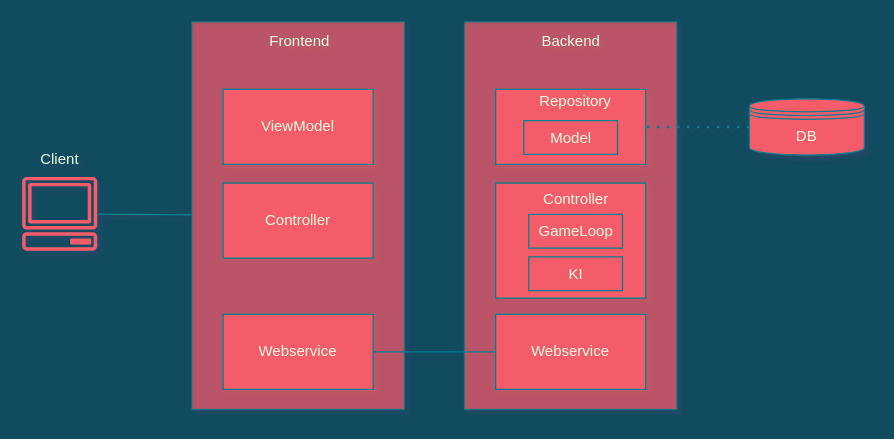
Earlier version of the draw.io diagram doc/img/M1_Architektur.drawio (Level8Broccoli/rush-b). Source tidied: cells renumbered, new cells numbered last; positions are measured from the earlier drawing's top-left corner, leaving out a move shared by most shapes. Both pictures are drawn from the tidied source at 125%, with x=0, y=0 at pixel (21, 21).
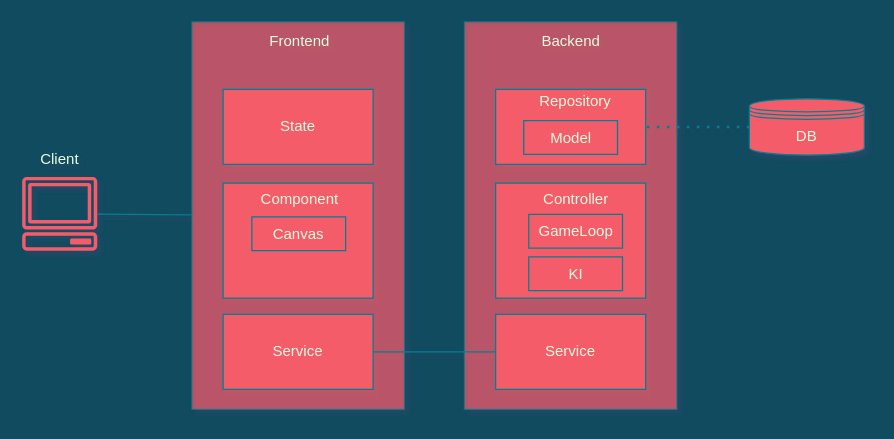
Above is the later version.

What changed in the source:
```diff
@@
-    <mxCell id="5" value="Webservice" style="rounded=0;whiteSpace=wrap;html=1;fillColor=#F45B69;strokeColor=#028090;fontColor=#E4FDE1;" parent="1" vertex="1">
+    <mxCell id="5" value="Service" style="rounded=0;whiteSpace=wrap;html=1;fillColor=#F45B69;strokeColor=#028090;fontColor=#E4FDE1;" parent="1" vertex="1">
       <mxGeometry x="379" y="234" width="120" height="60" as="geometry" />
     </mxCell>
@@
-    <mxCell id="14" value="Webservice" style="rounded=0;whiteSpace=wrap;html=1;fillColor=#F45B69;strokeColor=#028090;fontColor=#E4FDE1;" parent="1" vertex="1">
+    <mxCell id="14" value="Service" style="rounded=0;whiteSpace=wrap;html=1;fillColor=#F45B69;strokeColor=#028090;fontColor=#E4FDE1;" parent="1" vertex="1">
       <mxGeometry x="161" y="234" width="120" height="60" as="geometry" />
     </mxCell>
-    <mxCell id="15" value="Controller" style="rounded=0;whiteSpace=wrap;html=1;fillColor=#F45B69;strokeColor=#028090;fontColor=#E4FDE1;" parent="1" vertex="1">
-      <mxGeometry x="161" y="129" width="120" height="60" as="geometry" />
+    <mxCell id="15" style="rounded=0;whiteSpace=wrap;html=1;fillColor=#F45B69;strokeColor=#028090;fontColor=#E4FDE1;" parent="1" vertex="1">
+      <mxGeometry x="161" y="129" width="120" height="92" as="geometry" />
     </mxCell>
-    <mxCell id="16" value="ViewModel" style="rounded=0;whiteSpace=wrap;html=1;fillColor=#F45B69;strokeColor=#028090;fontColor=#E4FDE1;" parent="1" vertex="1">
+    <mxCell id="16" value="State" style="rounded=0;whiteSpace=wrap;html=1;fillColor=#F45B69;strokeColor=#028090;fontColor=#E4FDE1;" parent="1" vertex="1">
       <mxGeometry x="161" y="54" width="120" height="60" as="geometry" />
     </mxCell>
@@
+    <mxCell id="23" value="Component" style="text;html=1;align=center;verticalAlign=middle;fontColor=#E4FDE1;" parent="1" vertex="1">
+      <mxGeometry x="185.5" y="133" width="72" height="18" as="geometry" />
+    </mxCell>
+    <mxCell id="24" value="Canvas" style="rounded=0;whiteSpace=wrap;html=1;fillColor=#F45B69;strokeColor=#028090;fontColor=#E4FDE1;" parent="1" vertex="1">
+      <mxGeometry x="184" y="156" width="75" height="27" as="geometry" />
+    </mxCell>
```
